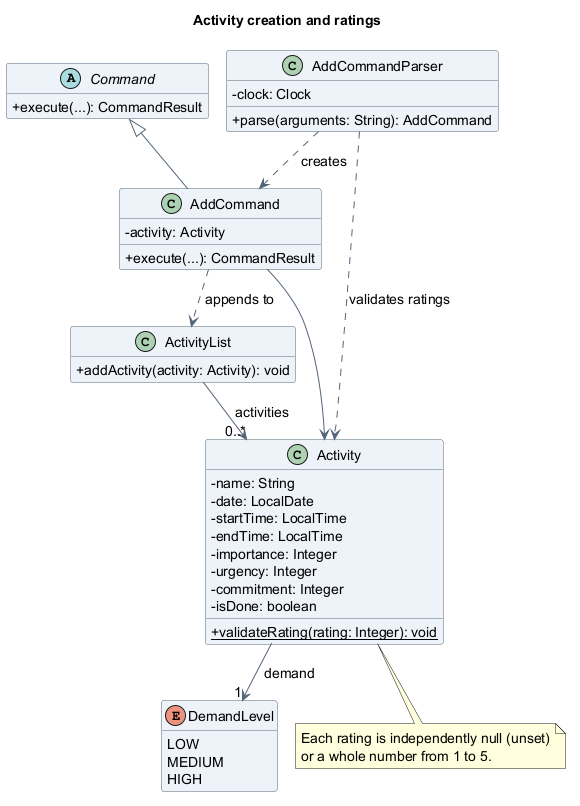
Above: docs/images/atharva/class/ActivityCreationClassDiagram.png in AY2627S1-CS2113-T10-4/tp (PlantUML), before the change.
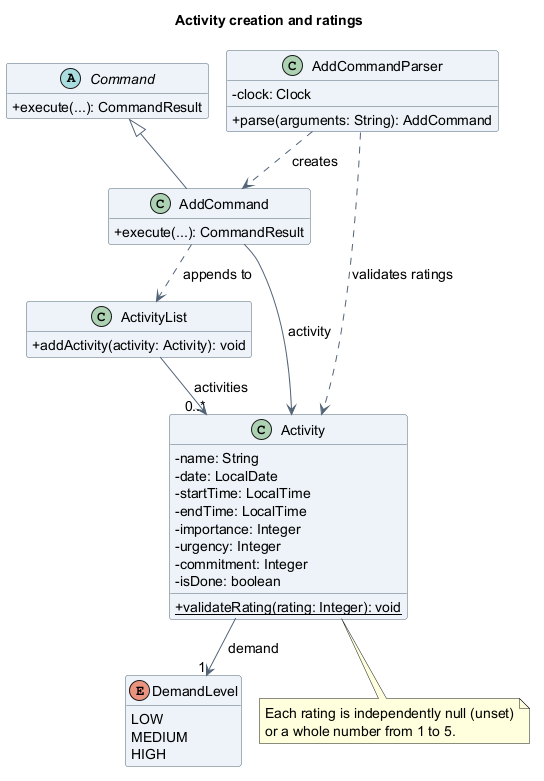
The same diagram one commit later.

The edit, as a diff of the source:
```diff
@@ -19,7 +19,6 @@
   +parse(arguments: String): AddCommand
 }
 class AddCommand {
-  -activity: Activity
   +execute(...): CommandResult
 }
 class ActivityList {
@@ -45,7 +44,7 @@
 Command <|-- AddCommand
 AddCommandParser ..> AddCommand : creates
 AddCommandParser ..> Activity : validates ratings
-AddCommand --> Activity
+AddCommand --> Activity : activity
 AddCommand ..> ActivityList : appends to
 ActivityList --> "0..*" Activity : activities
 Activity --> "1" DemandLevel : demand
```
